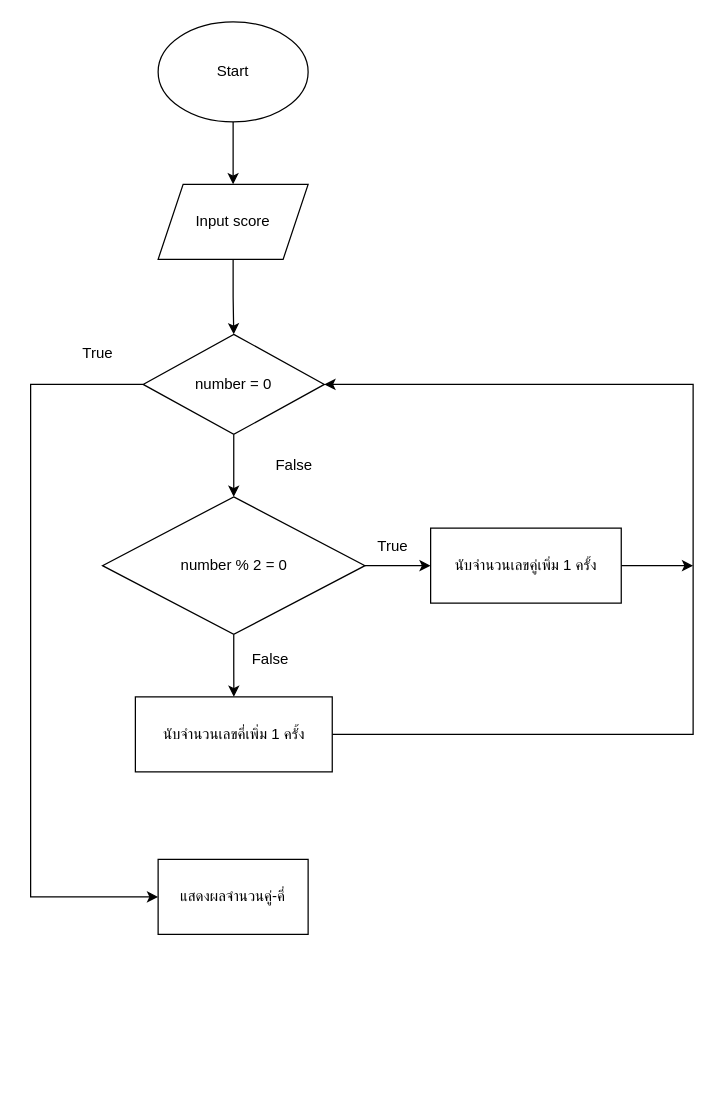
The draw.io diagram EvenOdd.drawio in bhumiPoom/Flowchart, before the edit. Source tidied: cells renumbered, new cells numbered last; positions are measured from the earlier drawing's top-left corner, leaving out a move shared by most shapes. Both pictures are drawn from the tidied source at 125%, with x=0, y=0 at pixel (30, 21).
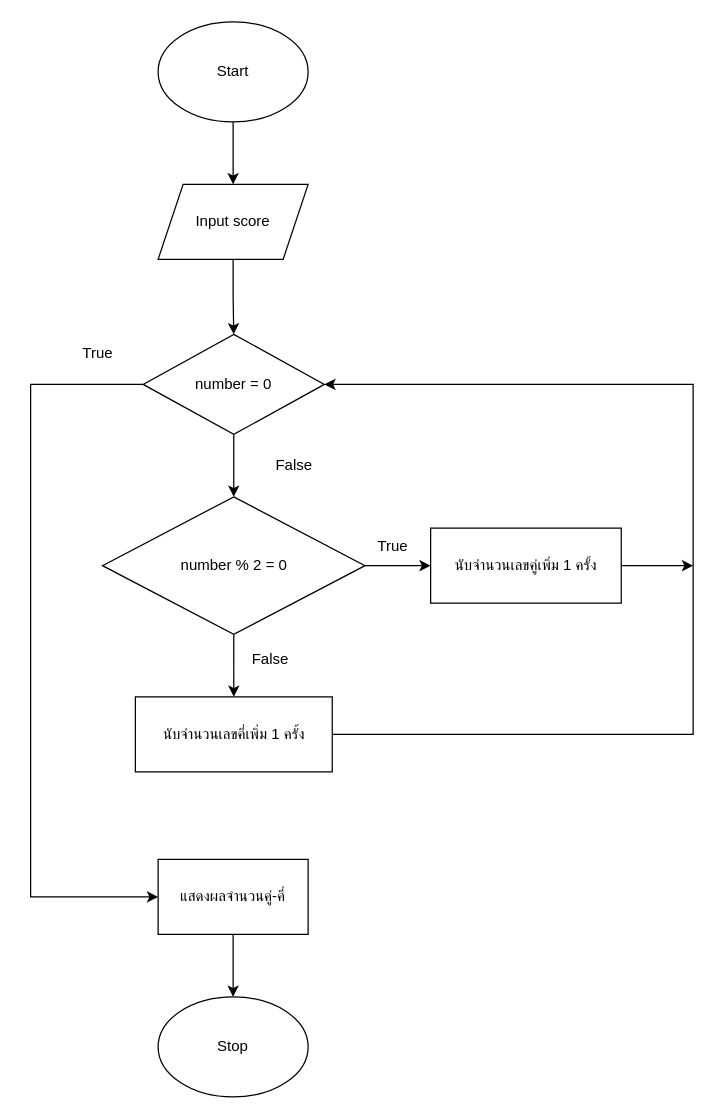
After the change.

The change refers to these unchanged cells:
```xml
<mxCell id="16" value="แสดงผลจำนวนคู่-คี่" style="rounded=0;whiteSpace=wrap;html=1;" parent="1" vertex="1">
  <mxGeometry x="102" y="670" width="120" height="60" as="geometry" />
</mxCell>
```

The edit, as a diff of the source:
```diff
@@
+    <mxCell id="21" style="edgeStyle=orthogonalEdgeStyle;rounded=0;jettySize=auto;html=1;" parent="1" edge="1" source="16" target="22">
+      <mxGeometry relative="1" as="geometry" />
+    </mxCell>
@@
+    <mxCell id="22" value="Stop" style="ellipse;whiteSpace=wrap;html=1;" parent="1" vertex="1">
+      <mxGeometry x="102" y="780" width="120" height="80" as="geometry" />
+    </mxCell>
```
